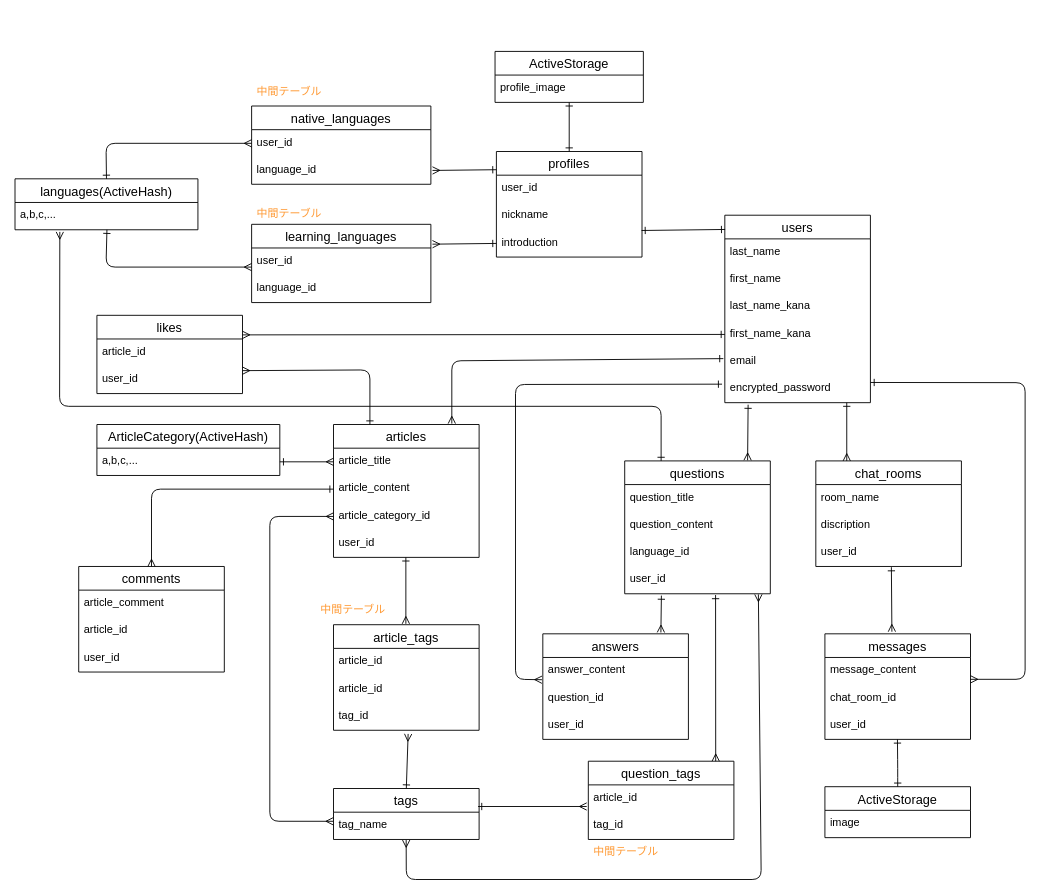
This is ER.dio from fuuuuumin/LinguaShare, a draw.io file, before an edit. Source tidied: cells renumbered, new cells numbered last; positions are measured from the earlier drawing's top-left corner, leaving out a move shared by most shapes. Both pictures are drawn from the tidied source at 91%, with x=0, y=0 at pixel (15, 51).
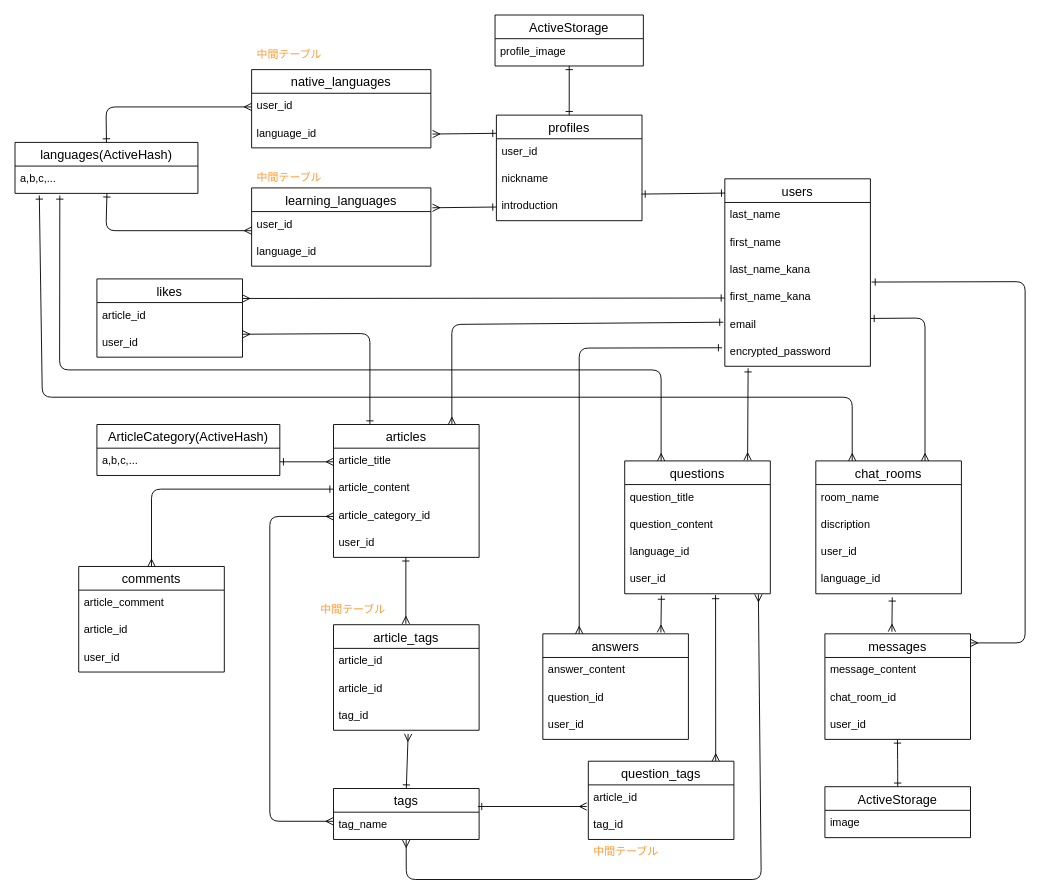
Above is the later version.

The change refers to these unchanged cells:
```xml
<mxCell id="5" value="last_name_kana" style="text;strokeColor=none;fillColor=none;spacingLeft=4;spacingRight=4;overflow=hidden;points=[[0,0.5],[1,0.5]];portConstraint=eastwest;fontSize=12;" parent="2" vertex="1">
  <mxGeometry y="86" width="160" height="30" as="geometry" />
</mxCell>
<mxCell id="7" value="email" style="text;strokeColor=none;fillColor=none;spacingLeft=4;spacingRight=4;overflow=hidden;points=[[0,0.5],[1,0.5]];portConstraint=eastwest;fontSize=12;" parent="2" vertex="1">
  <mxGeometry y="146" width="160" height="30" as="geometry" />
</mxCell>
<mxCell id="8" value="encrypted_password" style="text;strokeColor=none;fillColor=none;spacingLeft=4;spacingRight=4;overflow=hidden;points=[[0,0.5],[1,0.5]];portConstraint=eastwest;fontSize=12;" parent="2" vertex="1">
  <mxGeometry y="176" width="160" height="30" as="geometry" />
</mxCell>
<mxCell id="15" value="questions" style="swimlane;fontStyle=0;horizontal=1;startSize=26;align=center;fontSize=14;" parent="1" vertex="1">
  <mxGeometry x="670" y="450" width="160" height="146" as="geometry" />
</mxCell>
<mxCell id="21" value="answers" style="swimlane;fontStyle=0;horizontal=1;startSize=26;align=center;fontSize=14;" parent="1" vertex="1">
  <mxGeometry x="580" y="640" width="160" height="116" as="geometry" />
</mxCell>
<mxCell id="22" value="answer_content" style="text;strokeColor=none;fillColor=none;spacingLeft=4;spacingRight=4;overflow=hidden;points=[[0,0.5],[1,0.5]];portConstraint=eastwest;fontSize=12;" parent="21" vertex="1">
  <mxGeometry y="26" width="160" height="30" as="geometry" />
</mxCell>
<mxCell id="31" value="user_id" style="text;strokeColor=none;fillColor=none;spacingLeft=4;spacingRight=4;overflow=hidden;points=[[0,0.5],[1,0.5]];portConstraint=eastwest;fontSize=12;" parent="28" vertex="1">
  <mxGeometry y="86" width="160" height="30" as="geometry" />
</mxCell>
<mxCell id="33" value="messages" style="swimlane;fontStyle=0;horizontal=1;startSize=26;align=center;fontSize=14;" parent="1" vertex="1">
  <mxGeometry x="890" y="640" width="160" height="116" as="geometry" />
</mxCell>
<mxCell id="43" value="a,b,c,..." style="text;strokeColor=none;fillColor=none;spacingLeft=4;spacingRight=4;overflow=hidden;points=[[0,0.5],[1,0.5]];portConstraint=eastwest;fontSize=12;" parent="42" vertex="1">
  <mxGeometry y="26" width="201" height="30" as="geometry" />
</mxCell>
<mxCell id="44" value="articles" style="swimlane;fontStyle=0;horizontal=1;startSize=26;align=center;fontSize=14;" parent="1" vertex="1">
  <mxGeometry x="350" y="410" width="160" height="146" as="geometry" />
</mxCell>
<mxCell id="50" value="user_id" style="text;strokeColor=none;fillColor=none;spacingLeft=4;spacingRight=4;overflow=hidden;points=[[0,0.5],[1,0.5]];portConstraint=eastwest;fontSize=12;" parent="49" vertex="1">
  <mxGeometry y="26" width="197" height="30" as="geometry" />
</mxCell>
```

The edit, as a diff of the source:
```diff
@@
     <mxCell id="2" value="users" style="swimlane;fontStyle=0;horizontal=1;startSize=26;align=center;fontSize=14;" parent="1" vertex="1">
-      <mxGeometry x="780" y="180" width="160" height="206" as="geometry" />
+      <mxGeometry x="780" y="140" width="160" height="206" as="geometry" />
     </mxCell>
@@
     <mxCell id="9" value="profiles" style="swimlane;fontStyle=0;horizontal=1;startSize=26;align=center;fontSize=14;" parent="1" vertex="1">
-      <mxGeometry x="529" y="110" width="160" height="116" as="geometry" />
+      <mxGeometry x="529" y="70" width="160" height="116" as="geometry" />
     </mxCell>
@@
     <mxCell id="13" value="ActiveStorage" style="swimlane;fontStyle=0;horizontal=1;startSize=26;align=center;fontSize=14;" parent="1" vertex="1">
-      <mxGeometry x="527.5" width="163" height="56" as="geometry" />
+      <mxGeometry x="527.5" y="-40" width="163" height="56" as="geometry" />
     </mxCell>
@@
-    <mxCell id="25" style="edgeStyle=none;html=1;endArrow=ERmany;endFill=0;startArrow=ERone;startFill=0;entryX=-0.006;entryY=0.815;entryDx=0;entryDy=0;entryPerimeter=0;exitX=-0.019;exitY=0.322;exitDx=0;exitDy=0;exitPerimeter=0;" parent="1" edge="1" source="8" target="22">
+    <mxCell id="25" style="edgeStyle=none;html=1;endArrow=ERmany;endFill=0;startArrow=ERone;startFill=0;entryX=0.25;entryY=0;entryDx=0;entryDy=0;exitX=-0.019;exitY=0.322;exitDx=0;exitDy=0;exitPerimeter=0;" parent="1" edge="1" source="8" target="21">
       <mxGeometry relative="1" as="geometry">
         <Array as="points">
-          <mxPoint x="550" y="366" />
-          <mxPoint x="550" y="690" />
+          <mxPoint x="620" y="326" />
         </Array>
       </mxGeometry>
     </mxCell>
@@
     <mxCell id="28" value="chat_rooms" style="swimlane;fontStyle=0;horizontal=1;startSize=26;align=center;fontSize=14;" parent="1" vertex="1">
-      <mxGeometry x="880" y="450" width="160" height="116" as="geometry" />
+      <mxGeometry x="880" y="450" width="160" height="146" as="geometry" />
     </mxCell>
@@
+    <mxCell id="94" value="language_id" style="text;strokeColor=none;fillColor=none;spacingLeft=4;spacingRight=4;overflow=hidden;fontSize=12;" parent="28" vertex="1">
+      <mxGeometry y="116" width="160" height="30" as="geometry" />
+    </mxCell>
-    <mxCell id="32" style="edgeStyle=none;html=1;exitX=0.5;exitY=1;exitDx=0;exitDy=0;endArrow=ERmany;endFill=0;startArrow=ERone;startFill=0;" parent="1" edge="1">
+    <mxCell id="32" style="edgeStyle=none;html=1;exitX=1.001;exitY=0.248;exitDx=0;exitDy=0;endArrow=ERmany;endFill=0;startArrow=ERone;startFill=0;exitPerimeter=0;entryX=0.75;entryY=0;entryDx=0;entryDy=0;" parent="1" edge="1" source="7" target="28">
       <mxGeometry relative="1" as="geometry">
-        <mxPoint x="914" y="386" as="sourcePoint" />
-        <mxPoint x="914" y="450" as="targetPoint" />
+        <Array as="points">
+          <mxPoint x="1000" y="293" />
+        </Array>
       </mxGeometry>
     </mxCell>
@@
-    <mxCell id="37" style="edgeStyle=none;html=1;endArrow=ERmany;endFill=0;startArrow=ERone;startFill=0;entryX=0.46;entryY=-0.02;entryDx=0;entryDy=0;entryPerimeter=0;exitX=0.519;exitY=1.026;exitDx=0;exitDy=0;exitPerimeter=0;" parent="1" edge="1" source="31" target="33">
-      <mxGeometry relative="1" as="geometry" />
+    <mxCell id="37" style="edgeStyle=none;html=1;endArrow=ERmany;endFill=0;startArrow=ERone;startFill=0;entryX=0.46;entryY=-0.02;entryDx=0;entryDy=0;entryPerimeter=0;" parent="1" edge="1" target="33">
+      <mxGeometry relative="1" as="geometry">
+        <mxPoint x="964" y="600" as="sourcePoint" />
+      </mxGeometry>
     </mxCell>
-    <mxCell id="38" style="edgeStyle=none;html=1;exitX=1.001;exitY=0.26;exitDx=0;exitDy=0;endArrow=ERmany;endFill=0;startArrow=ERone;startFill=0;exitPerimeter=0;" parent="1" edge="1" source="8">
+    <mxCell id="38" style="edgeStyle=none;html=1;exitX=1.008;exitY=0.915;exitDx=0;exitDy=0;endArrow=ERmany;endFill=0;startArrow=ERone;startFill=0;exitPerimeter=0;" parent="1" edge="1" source="5">
       <mxGeometry relative="1" as="geometry">
-        <mxPoint x="1050" y="690" as="targetPoint" />
+        <mxPoint x="1050" y="650" as="targetPoint" />
         <Array as="points">
-          <mxPoint x="1110" y="364" />
-          <mxPoint x="1110" y="690" />
+          <mxPoint x="1110" y="253" />
+          <mxPoint x="1110" y="650" />
         </Array>
       </mxGeometry>
     </mxCell>
@@
     <mxCell id="42" value="languages(ActiveHash)" style="swimlane;fontStyle=0;horizontal=1;startSize=26;align=center;fontSize=14;" parent="1" vertex="1">
-      <mxGeometry y="140" width="201" height="56" as="geometry" />
+      <mxGeometry y="100" width="201" height="56" as="geometry" />
     </mxCell>
@@
     <mxCell id="49" value="native_languages" style="swimlane;fontStyle=0;horizontal=1;startSize=26;align=center;fontSize=14;" parent="1" vertex="1">
-      <mxGeometry x="260" y="60" width="197" height="86" as="geometry" />
+      <mxGeometry x="260" y="20" width="197" height="86" as="geometry" />
     </mxCell>
@@
     <mxCell id="52" value="learning_languages" style="swimlane;fontStyle=0;horizontal=1;startSize=26;align=center;fontSize=14;" parent="1" vertex="1">
-      <mxGeometry x="260" y="190" width="197" height="86" as="geometry" />
+      <mxGeometry x="260" y="150" width="197" height="86" as="geometry" />
     </mxCell>
@@
     <mxCell id="56" style="edgeStyle=none;html=1;endArrow=ERmany;endFill=0;startArrow=ERone;startFill=0;exitX=0;exitY=0.5;exitDx=0;exitDy=0;entryX=1.009;entryY=-0.139;entryDx=0;entryDy=0;entryPerimeter=0;" parent="1" edge="1">
       <mxGeometry relative="1" as="geometry">
-        <mxPoint x="529" y="130" as="sourcePoint" />
-        <mxPoint x="458.8" y="130.8" as="targetPoint" />
+        <mxPoint x="529" y="90" as="sourcePoint" />
+        <mxPoint x="458.8" y="90.8" as="targetPoint" />
       </mxGeometry>
     </mxCell>
     <mxCell id="57" style="edgeStyle=none;html=1;endArrow=ERmany;endFill=0;startArrow=ERone;startFill=0;exitX=0.5;exitY=0;exitDx=0;exitDy=0;entryX=0;entryY=0.5;entryDx=0;entryDy=0;" parent="1" edge="1" source="42" target="50">
       <mxGeometry relative="1" as="geometry">
         <Array as="points">
-          <mxPoint x="100" y="101" />
+          <mxPoint x="100" y="61" />
         </Array>
       </mxGeometry>
     </mxCell>
     <mxCell id="58" style="edgeStyle=none;html=1;endArrow=ERmany;endFill=0;startArrow=ERone;startFill=0;entryX=0;entryY=0.5;entryDx=0;entryDy=0;" parent="1" edge="1">
       <mxGeometry relative="1" as="geometry">
-        <mxPoint x="101" y="196" as="sourcePoint" />
-        <mxPoint x="260" y="237" as="targetPoint" />
+        <mxPoint x="101" y="156" as="sourcePoint" />
+        <mxPoint x="260" y="197" as="targetPoint" />
         <Array as="points">
-          <mxPoint x="100" y="237" />
+          <mxPoint x="100" y="197" />
         </Array>
       </mxGeometry>
     </mxCell>
     <mxCell id="59" value="中間テーブル" style="text;strokeColor=none;fillColor=none;spacingLeft=4;spacingRight=4;overflow=hidden;fontSize=12;fontColor=#FF9933;" parent="1" vertex="1">
-      <mxGeometry x="260" y="165" width="194" height="30" as="geometry" />
+      <mxGeometry x="260" y="125" width="194" height="30" as="geometry" />
     </mxCell>
@@
-    <mxCell id="75" style="edgeStyle=none;html=1;endArrow=ERmany;endFill=0;startArrow=ERone;startFill=0;exitX=-0.01;exitY=0.386;exitDx=0;exitDy=0;exitPerimeter=0;" parent="1" edge="1" source="7">
+    <mxCell id="75" style="edgeStyle=none;html=1;endArrow=ERmany;endFill=0;startArrow=ERone;startFill=0;exitX=-0.01;exitY=0.386;exitDx=0;exitDy=0;exitPerimeter=0;entryX=0.813;entryY=0.001;entryDx=0;entryDy=0;entryPerimeter=0;" parent="1" edge="1" source="7" target="44">
       <mxGeometry relative="1" as="geometry">
-        <mxPoint x="480" y="409" as="targetPoint" />
         <Array as="points">
-          <mxPoint x="480" y="340" />
+          <mxPoint x="480" y="300" />
         </Array>
       </mxGeometry>
     </mxCell>
@@
     <mxCell id="81" value="中間テーブル" style="text;strokeColor=none;fillColor=none;spacingLeft=4;spacingRight=4;overflow=hidden;fontSize=12;fontColor=#FF9933;" parent="1" vertex="1">
-      <mxGeometry x="260" y="30" width="194" height="30" as="geometry" />
+      <mxGeometry x="260" y="-10" width="194" height="30" as="geometry" />
     </mxCell>
@@
     <mxCell id="87" value="likes" style="swimlane;fontStyle=0;horizontal=1;startSize=26;align=center;fontSize=14;" parent="1" vertex="1">
-      <mxGeometry x="90" y="290" width="160" height="86" as="geometry" />
+      <mxGeometry x="90" y="250" width="160" height="86" as="geometry" />
     </mxCell>
@@
     <mxCell id="90" style="edgeStyle=none;html=1;endArrow=ERmany;endFill=0;startArrow=ERone;startFill=0;exitX=0.25;exitY=0;exitDx=0;exitDy=0;entryX=1.009;entryY=-0.139;entryDx=0;entryDy=0;entryPerimeter=0;" parent="1" edge="1" source="44">
       <mxGeometry relative="1" as="geometry">
-        <mxPoint x="250" y="350.8" as="targetPoint" />
+        <mxPoint x="250" y="310.8" as="targetPoint" />
         <Array as="points">
-          <mxPoint x="390" y="350" />
+          <mxPoint x="390" y="310" />
         </Array>
       </mxGeometry>
     </mxCell>
@@
-    <mxCell id="93" style="edgeStyle=none;html=1;endArrow=ERmany;endFill=0;startArrow=ERone;startFill=0;exitX=0.25;exitY=0;exitDx=0;exitDy=0;entryX=0.245;entryY=1.078;entryDx=0;entryDy=0;entryPerimeter=0;" parent="1" edge="1" source="15" target="43">
+    <mxCell id="93" style="edgeStyle=none;html=1;endArrow=ERone;endFill=0;startArrow=ERmany;startFill=0;exitX=0.25;exitY=0;exitDx=0;exitDy=0;entryX=0.245;entryY=1.078;entryDx=0;entryDy=0;entryPerimeter=0;" parent="1" edge="1" source="15" target="43">
       <mxGeometry relative="1" as="geometry">
         <Array as="points">
-          <mxPoint x="710" y="390" />
-          <mxPoint x="49" y="390" />
+          <mxPoint x="710" y="350" />
+          <mxPoint x="49" y="350" />
         </Array>
       </mxGeometry>
     </mxCell>
+    <mxCell id="95" style="edgeStyle=none;html=1;endArrow=ERone;endFill=0;startArrow=ERmany;startFill=0;exitX=0.25;exitY=0;exitDx=0;exitDy=0;entryX=0.245;entryY=1.078;entryDx=0;entryDy=0;entryPerimeter=0;" parent="1" edge="1" source="28">
+      <mxGeometry relative="1" as="geometry">
+        <mxPoint x="26.7" y="158.3" as="targetPoint" />
+        <Array as="points">
+          <mxPoint x="920" y="380" />
+          <mxPoint x="30" y="380" />
+        </Array>
+      </mxGeometry>
+    </mxCell>
```
